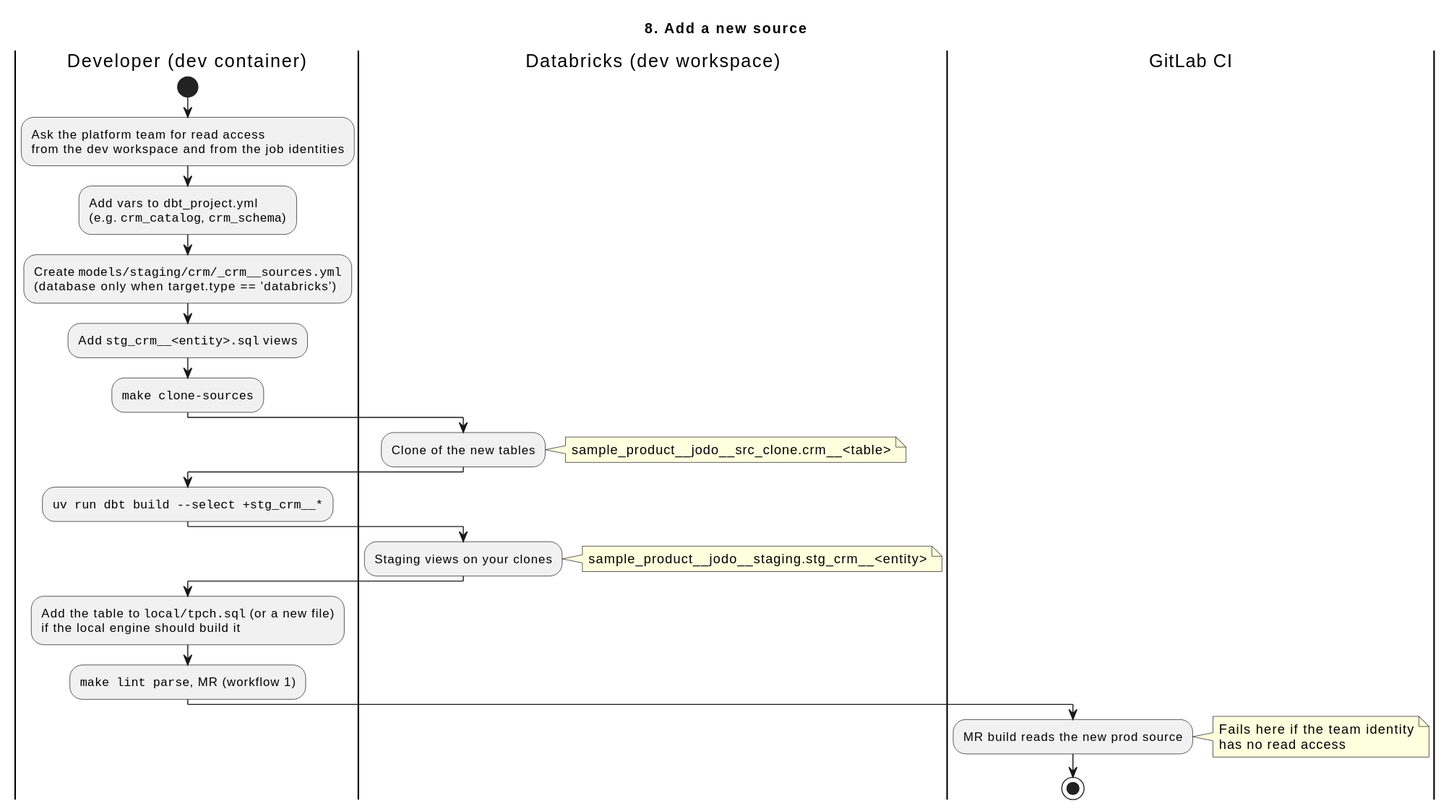
This is docs/diagrams/workflow-8-new-source.svg from PeterHenell/dbt-databricks-template, a PlantUML export, as it was before one commit. Source of this version:
```plantuml
@startuml
title 8. Add a new source

|Developer (dev container)|
start
:Ask the platform team for read access
from the dev workspace and from the job identities;
:Add vars to dbt_project.yml
(e.g. ""crm_catalog"", ""crm_schema"");
:Create ""models/staging/crm/_crm~__sources.yml""
(database only when target.type == 'databricks');
:Add ""stg_crm~__<entity>.sql"" views;
:""make clone-sources"";
|Databricks (dev workspace)|
:Clone of the new tables;
note right
  sample_product~__jodo~__src_clone.crm~__<table>
end note
|Developer (dev container)|
:""uv run dbt build ~--select +stg_crm~__*"";
|Databricks (dev workspace)|
:Staging views on your clones;
note right
  sample_product~__jodo~__staging.stg_crm~__<entity>
end note
|Developer (dev container)|
:Add the table to ""local/tpch.sql"" (or a new file)
if the local engine should build it;
:""make lint parse"", MR (workflow 1);
|GitLab CI|
:MR build reads the new prod source;
note right
  Fails here if the team identity
  has no read access
end note
stop
@enduml
```
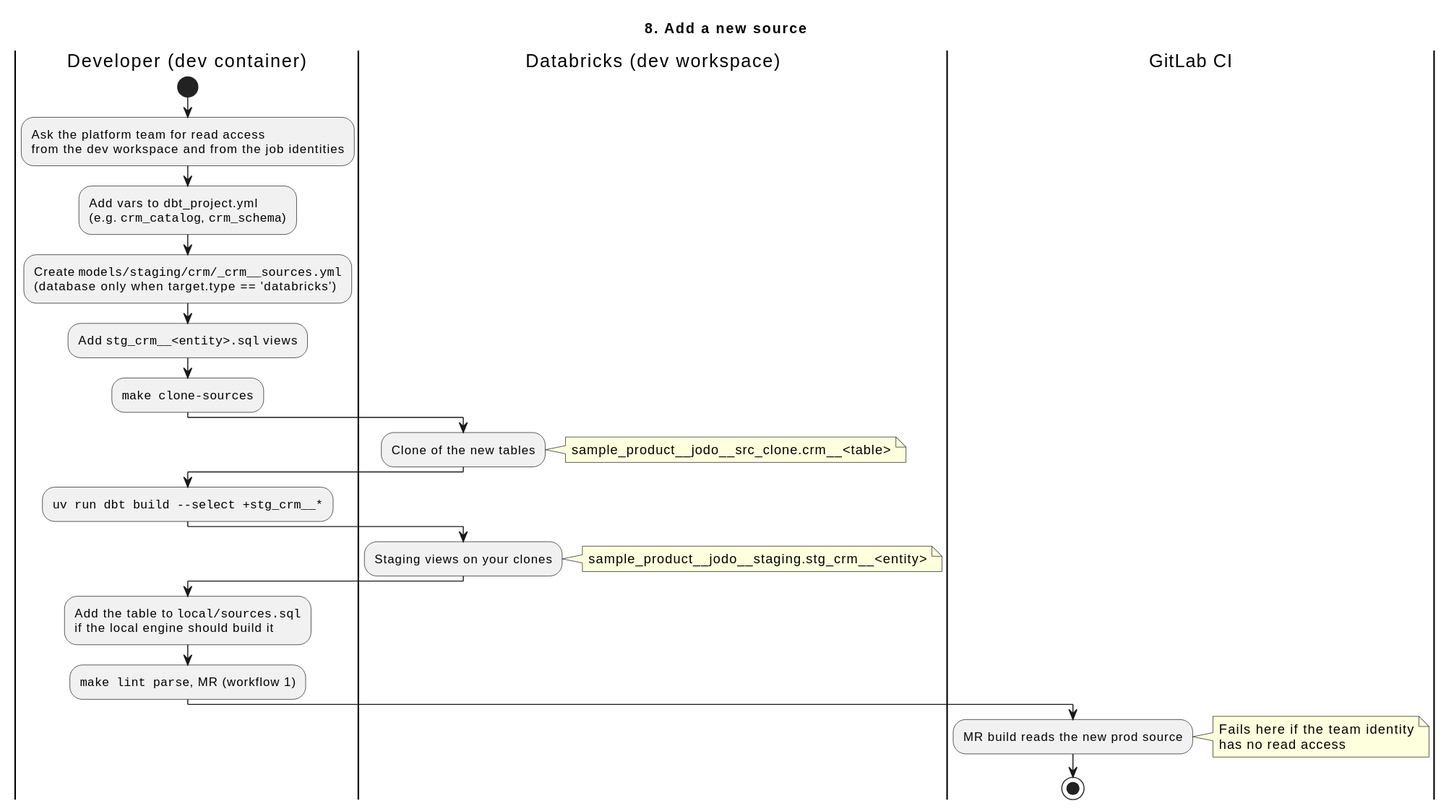
After the commit.

The edit, as a diff of the source:
```diff
@@ -24,7 +24,7 @@
   sample_product~__jodo~__staging.stg_crm~__<entity>
 end note
 |Developer (dev container)|
-:Add the table to ""local/tpch.sql"" (or a new file)
+:Add the table to ""local/sources.sql""
 if the local engine should build it;
 :""make lint parse"", MR (workflow 1);
 |GitLab CI|
```
